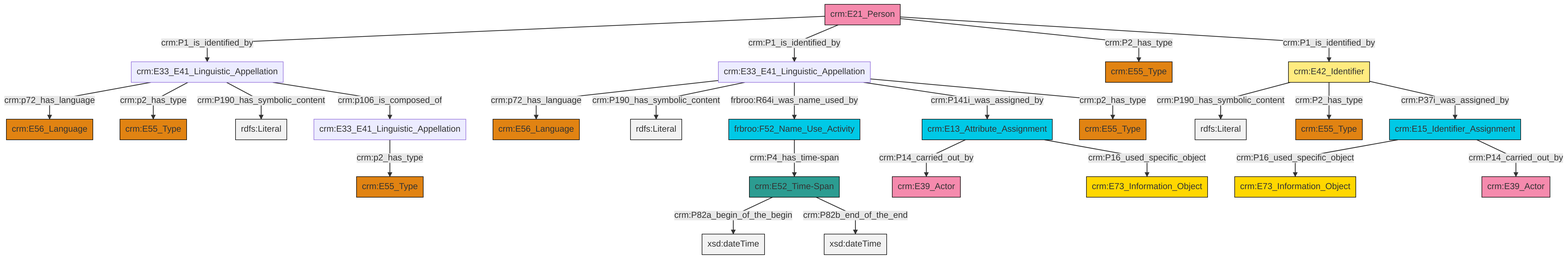
Earlier version of the Mermaid export et/personCSV/ttl/mmd/png/Person_Names_and_Classification.png (swiss-art-research-net/reference-data-models). Its source is kept beside it as et/personCSV/ttl/mmd/Person_Names_and_Classification.ttl.mmd.
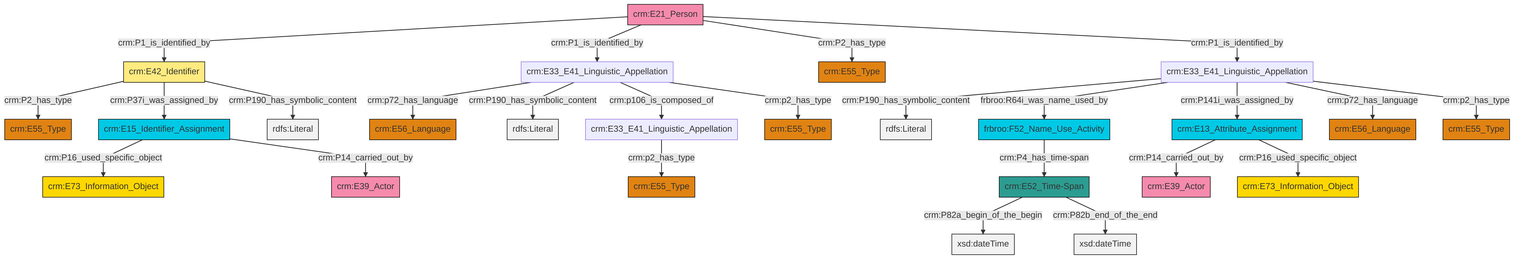
The same file after the commit.

The edit, as a diff of the source:
```diff
@@ -13,27 +13,27 @@
 classDef PC_Classes fill:#4ce600, stroke:#000000;
 classDef Multi fill:#cccccc,stroke:#000000;
 
-0["crm:E33_E41_Linguistic_Appellation"]:::Default -->|crm:p72_has_language| 1["crm:E56_Language"]:::Type
-2["crm:E21_Person"]:::Actor -->|crm:P1_is_identified_by| 3["crm:E33_E41_Linguistic_Appellation"]:::Default
-5["crm:E52_Time-Span"]:::Time-Span -->|crm:P82a_begin_of_the_begin| 6[xsd:dateTime]:::Literal
-3["crm:E33_E41_Linguistic_Appellation"]:::Default -->|crm:p72_has_language| 9["crm:E56_Language"]:::Type
-10["crm:E15_Identifier_Assignment"]:::Temporal_Entity -->|crm:P16_used_specific_object| 11["crm:E73_Information_Object"]:::Conceptual_Object
-12["crm:E13_Attribute_Assignment"]:::Temporal_Entity -->|crm:P14_carried_out_by| 13["crm:E39_Actor"]:::Actor
-2["crm:E21_Person"]:::Actor -->|crm:P1_is_identified_by| 0["crm:E33_E41_Linguistic_Appellation"]:::Default
-0["crm:E33_E41_Linguistic_Appellation"]:::Default -->|crm:P190_has_symbolic_content| 15[rdfs:Literal]:::Literal
-3["crm:E33_E41_Linguistic_Appellation"]:::Default -->|crm:p2_has_type| 17["crm:E55_Type"]:::Type
-2["crm:E21_Person"]:::Actor -->|crm:P2_has_type| 19["crm:E55_Type"]:::Type
-3["crm:E33_E41_Linguistic_Appellation"]:::Default -->|crm:P190_has_symbolic_content| 22[rdfs:Literal]:::Literal
-23["crm:E33_E41_Linguistic_Appellation"]:::Default -->|crm:p2_has_type| 24["crm:E55_Type"]:::Type
-3["crm:E33_E41_Linguistic_Appellation"]:::Default -->|crm:p106_is_composed_of| 23["crm:E33_E41_Linguistic_Appellation"]:::Default
-26["crm:E42_Identifier"]:::Appellation -->|crm:P190_has_symbolic_content| 27[rdfs:Literal]:::Literal
-12["crm:E13_Attribute_Assignment"]:::Temporal_Entity -->|crm:P16_used_specific_object| 28["crm:E73_Information_Object"]:::Conceptual_Object
-10["crm:E15_Identifier_Assignment"]:::Temporal_Entity -->|crm:P14_carried_out_by| 7["crm:E39_Actor"]:::Actor
-2["crm:E21_Person"]:::Actor -->|crm:P1_is_identified_by| 26["crm:E42_Identifier"]:::Appellation
-26["crm:E42_Identifier"]:::Appellation -->|crm:P2_has_type| 37["crm:E55_Type"]:::Type
-0["crm:E33_E41_Linguistic_Appellation"]:::Default -->|frbroo:R64i_was_name_used_by| 38["frbroo:F52_Name_Use_Activity"]:::Temporal_Entity
-38["frbroo:F52_Name_Use_Activity"]:::Temporal_Entity -->|crm:P4_has_time-span| 5["crm:E52_Time-Span"]:::Time-Span
-5["crm:E52_Time-Span"]:::Time-Span -->|crm:P82b_end_of_the_end| 40[xsd:dateTime]:::Literal
-26["crm:E42_Identifier"]:::Appellation -->|crm:P37i_was_assigned_by| 10["crm:E15_Identifier_Assignment"]:::Temporal_Entity
-0["crm:E33_E41_Linguistic_Appellation"]:::Default -->|crm:P141i_was_assigned_by| 12["crm:E13_Attribute_Assignment"]:::Temporal_Entity
-0["crm:E33_E41_Linguistic_Appellation"]:::Default -->|crm:p2_has_type| 35["crm:E55_Type"]:::Type
+0["crm:E13_Attribute_Assignment"]:::Temporal_Entity -->|crm:P14_carried_out_by| 1["crm:E39_Actor"]:::Actor
+4["crm:E21_Person"]:::Actor -->|crm:P1_is_identified_by| 5["crm:E42_Identifier"]:::Appellation
+6["crm:E15_Identifier_Assignment"]:::Temporal_Entity -->|crm:P16_used_specific_object| 7["crm:E73_Information_Object"]:::Conceptual_Object
+4["crm:E21_Person"]:::Actor -->|crm:P1_is_identified_by| 8["crm:E33_E41_Linguistic_Appellation"]:::Default
+14["crm:E33_E41_Linguistic_Appellation"]:::Default -->|crm:P190_has_symbolic_content| 15[rdfs:Literal]:::Literal
+14["crm:E33_E41_Linguistic_Appellation"]:::Default -->|frbroo:R64i_was_name_used_by| 17["frbroo:F52_Name_Use_Activity"]:::Temporal_Entity
+17["frbroo:F52_Name_Use_Activity"]:::Temporal_Entity -->|crm:P4_has_time-span| 18["crm:E52_Time-Span"]:::Time-Span
+18["crm:E52_Time-Span"]:::Time-Span -->|crm:P82a_begin_of_the_begin| 21[xsd:dateTime]:::Literal
+14["crm:E33_E41_Linguistic_Appellation"]:::Default -->|crm:P141i_was_assigned_by| 0["crm:E13_Attribute_Assignment"]:::Temporal_Entity
+4["crm:E21_Person"]:::Actor -->|crm:P2_has_type| 25["crm:E55_Type"]:::Type
+14["crm:E33_E41_Linguistic_Appellation"]:::Default -->|crm:p72_has_language| 28["crm:E56_Language"]:::Type
+5["crm:E42_Identifier"]:::Appellation -->|crm:P2_has_type| 30["crm:E55_Type"]:::Type
+8["crm:E33_E41_Linguistic_Appellation"]:::Default -->|crm:p72_has_language| 11["crm:E56_Language"]:::Type
+4["crm:E21_Person"]:::Actor -->|crm:P1_is_identified_by| 14["crm:E33_E41_Linguistic_Appellation"]:::Default
+8["crm:E33_E41_Linguistic_Appellation"]:::Default -->|crm:P190_has_symbolic_content| 36[rdfs:Literal]:::Literal
+14["crm:E33_E41_Linguistic_Appellation"]:::Default -->|crm:p2_has_type| 33["crm:E55_Type"]:::Type
+6["crm:E15_Identifier_Assignment"]:::Temporal_Entity -->|crm:P14_carried_out_by| 37["crm:E39_Actor"]:::Actor
+0["crm:E13_Attribute_Assignment"]:::Temporal_Entity -->|crm:P16_used_specific_object| 38["crm:E73_Information_Object"]:::Conceptual_Object
+2["crm:E33_E41_Linguistic_Appellation"]:::Default -->|crm:p2_has_type| 19["crm:E55_Type"]:::Type
+5["crm:E42_Identifier"]:::Appellation -->|crm:P37i_was_assigned_by| 6["crm:E15_Identifier_Assignment"]:::Temporal_Entity
+5["crm:E42_Identifier"]:::Appellation -->|crm:P190_has_symbolic_content| 40[rdfs:Literal]:::Literal
+8["crm:E33_E41_Linguistic_Appellation"]:::Default -->|crm:p106_is_composed_of| 2["crm:E33_E41_Linguistic_Appellation"]:::Default
+18["crm:E52_Time-Span"]:::Time-Span -->|crm:P82b_end_of_the_end| 45[xsd:dateTime]:::Literal
+8["crm:E33_E41_Linguistic_Appellation"]:::Default -->|crm:p2_has_type| 22["crm:E55_Type"]:::Type
```
